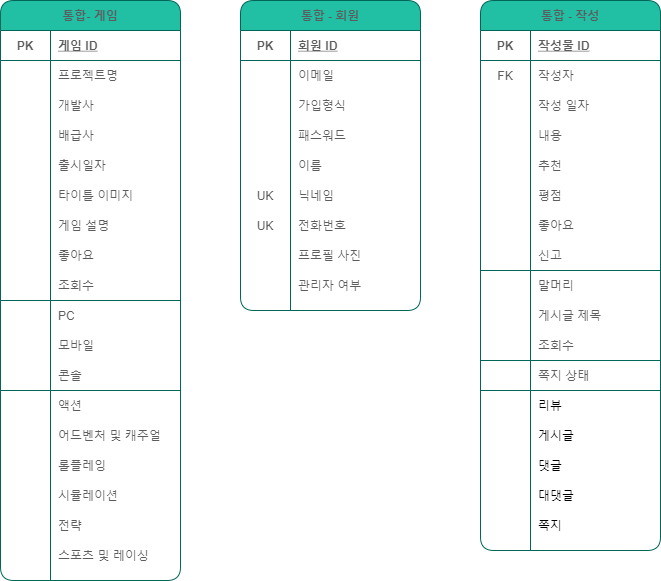
The draw.io diagram MIMIC-use.drawio.png in Bolgasaliee/SZ.SecondFinal-Database, before a commit. Source tidied: cells renumbered, new cells last; positions are measured from the earlier drawing's top-left corner, leaving out a move shared by most shapes.
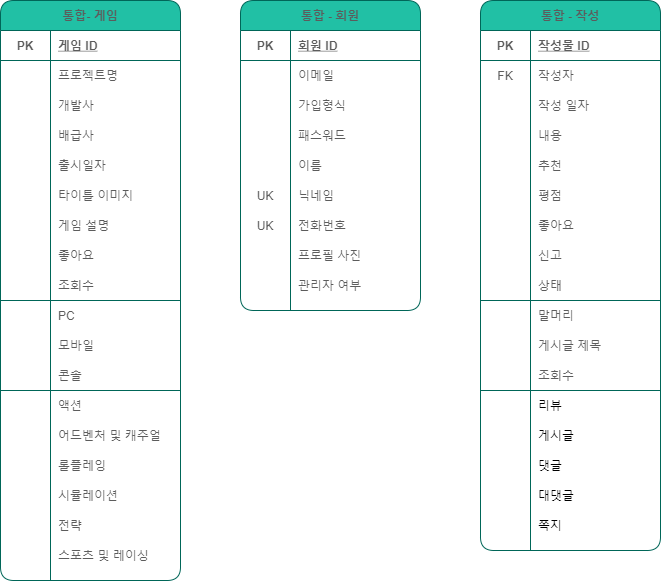
After the change.

The edit, as a diff of the source:
```diff
@@ -335,17 +335,26 @@
     <mxCell id="110" value="좋아요" style="shape=partialRectangle;fillColor=none;top=0;left=0;bottom=0;right=0;align=left;spacingLeft=6;overflow=hidden;strokeColor=#006658;fontColor=#5C5C5C;rounded=1;" parent="108" vertex="1">
       <mxGeometry x="50" width="130" height="30" as="geometry" />
     </mxCell>
+    <mxCell id="141" style="shape=partialRectangle;fillColor=none;top=0;left=0;bottom=0;right=0;strokeColor=#006658;fontColor=#5C5C5C;rounded=1;" parent="89" vertex="1">
+      <mxGeometry y="240" width="180" height="30" as="geometry" />
+    </mxCell>
+    <mxCell id="142" style="shape=partialRectangle;fillColor=none;top=0;left=0;bottom=0;right=0;overflow=hidden;strokeColor=#006658;fontColor=#5C5C5C;rounded=1;" parent="141" vertex="1">
+      <mxGeometry width="50" height="30" as="geometry" />
+    </mxCell>
+    <mxCell id="143" value="신고" style="shape=partialRectangle;fillColor=none;top=0;left=0;bottom=0;right=0;align=left;spacingLeft=6;overflow=hidden;strokeColor=#006658;fontColor=#5C5C5C;rounded=1;" parent="141" vertex="1">
+      <mxGeometry x="50" width="130" height="30" as="geometry" />
+    </mxCell>
     <mxCell id="111" style="shape=partialRectangle;fillColor=none;top=0;left=0;bottom=1;right=0;strokeColor=#006658;fontColor=#5C5C5C;rounded=1;" parent="89" vertex="1">
-      <mxGeometry y="240" width="180" height="30" as="geometry" />
+      <mxGeometry y="270" width="180" height="30" as="geometry" />
     </mxCell>
     <mxCell id="112" style="shape=partialRectangle;fillColor=none;top=0;left=0;bottom=0;right=0;fontStyle=1;overflow=hidden;strokeColor=#006658;fontColor=#5C5C5C;rounded=1;" parent="111" vertex="1">
       <mxGeometry width="50" height="30" as="geometry" />
     </mxCell>
-    <mxCell id="113" value="신고" style="shape=partialRectangle;fillColor=none;top=0;left=0;bottom=0;right=0;align=left;spacingLeft=6;fontStyle=0;overflow=hidden;strokeColor=#006658;fontColor=#5C5C5C;rounded=1;" parent="111" vertex="1">
+    <mxCell id="113" value="상태" style="shape=partialRectangle;fillColor=none;top=0;left=0;bottom=0;right=0;align=left;spacingLeft=6;fontStyle=0;overflow=hidden;strokeColor=#006658;fontColor=#5C5C5C;rounded=1;" parent="111" vertex="1">
       <mxGeometry x="50" width="130" height="30" as="geometry" />
     </mxCell>
     <mxCell id="114" style="shape=partialRectangle;fillColor=none;top=0;left=0;bottom=0;right=0;strokeColor=#006658;fontColor=#5C5C5C;rounded=1;" parent="89" vertex="1">
-      <mxGeometry y="270" width="180" height="30" as="geometry" />
+      <mxGeometry y="300" width="180" height="30" as="geometry" />
     </mxCell>
     <mxCell id="115" style="shape=partialRectangle;fillColor=none;top=0;left=0;bottom=0;right=0;overflow=hidden;strokeColor=#006658;fontColor=#5C5C5C;rounded=1;" parent="114" vertex="1">
       <mxGeometry width="50" height="30" as="geometry" />
@@ -354,7 +363,7 @@
       <mxGeometry x="50" width="130" height="30" as="geometry" />
     </mxCell>
     <mxCell id="117" style="shape=partialRectangle;fillColor=none;top=0;left=0;bottom=0;right=0;strokeColor=#006658;fontColor=#5C5C5C;rounded=1;" parent="89" vertex="1">
-      <mxGeometry y="300" width="180" height="30" as="geometry" />
+      <mxGeometry y="330" width="180" height="30" as="geometry" />
     </mxCell>
     <mxCell id="118" style="shape=partialRectangle;fillColor=none;top=0;left=0;bottom=0;right=0;overflow=hidden;strokeColor=#006658;fontColor=#5C5C5C;rounded=1;" parent="117" vertex="1">
       <mxGeometry width="50" height="30" as="geometry" />
@@ -363,7 +372,7 @@
       <mxGeometry x="50" width="130" height="30" as="geometry" />
     </mxCell>
     <mxCell id="120" style="shape=partialRectangle;fillColor=none;top=0;left=0;bottom=1;right=0;strokeColor=#006658;fontColor=#5C5C5C;rounded=1;" parent="89" vertex="1">
-      <mxGeometry y="330" width="180" height="30" as="geometry" />
+      <mxGeometry y="360" width="180" height="30" as="geometry" />
     </mxCell>
     <mxCell id="121" style="shape=partialRectangle;fillColor=none;top=0;left=0;bottom=0;right=0;fontStyle=1;overflow=hidden;strokeColor=#006658;fontColor=#5C5C5C;rounded=1;" parent="120" vertex="1">
       <mxGeometry width="50" height="30" as="geometry" />
@@ -371,15 +380,6 @@
     <mxCell id="122" value="조회수" style="shape=partialRectangle;fillColor=none;top=0;left=0;bottom=0;right=0;align=left;spacingLeft=6;fontStyle=0;overflow=hidden;strokeColor=#006658;fontColor=#5C5C5C;rounded=1;" parent="120" vertex="1">
       <mxGeometry x="50" width="130" height="30" as="geometry" />
     </mxCell>
-    <mxCell id="123" style="shape=partialRectangle;fillColor=none;top=0;left=0;bottom=1;right=0;strokeColor=#006658;fontColor=#5C5C5C;rounded=1;" parent="89" vertex="1">
-      <mxGeometry y="360" width="180" height="30" as="geometry" />
-    </mxCell>
-    <mxCell id="124" style="shape=partialRectangle;fillColor=none;top=0;left=0;bottom=0;right=0;fontStyle=1;overflow=hidden;strokeColor=#006658;fontColor=#5C5C5C;rounded=1;" parent="123" vertex="1">
-      <mxGeometry width="50" height="30" as="geometry" />
-    </mxCell>
-    <mxCell id="125" value="쪽지 상태" style="shape=partialRectangle;fillColor=none;top=0;left=0;bottom=0;right=0;align=left;spacingLeft=6;fontStyle=0;overflow=hidden;strokeColor=#006658;fontColor=#5C5C5C;rounded=1;" parent="123" vertex="1">
-      <mxGeometry x="50" width="130" height="30" as="geometry" />
-    </mxCell>
     <mxCell id="126" style="shape=partialRectangle;fillColor=none;top=0;left=0;bottom=0;right=0;rounded=1;" parent="89" vertex="1">
       <mxGeometry y="390" width="180" height="30" as="geometry" />
     </mxCell>
```
